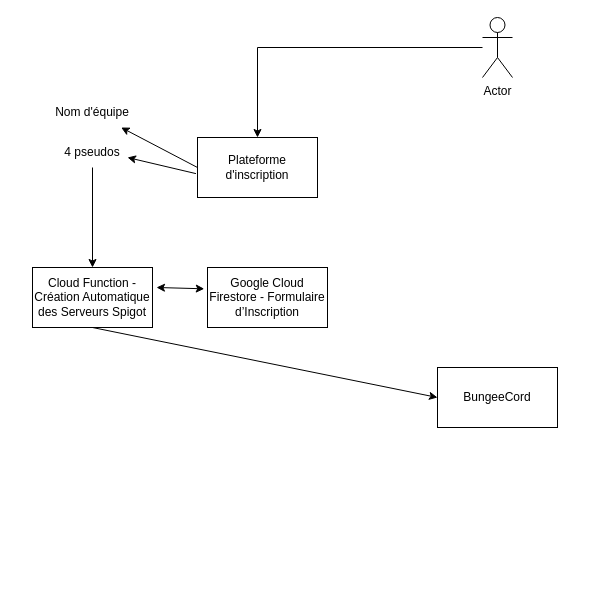
The draw.io diagram Infrastructure/Diagramme sans nom.drawio in sershoks/minecraft, before the edit. Source tidied: cells renumbered, new cells numbered last; positions are measured from the earlier drawing's top-left corner, leaving out a move shared by most shapes. Both pictures are drawn from the tidied source at 100%, with x=0, y=0 at pixel (17, 17).
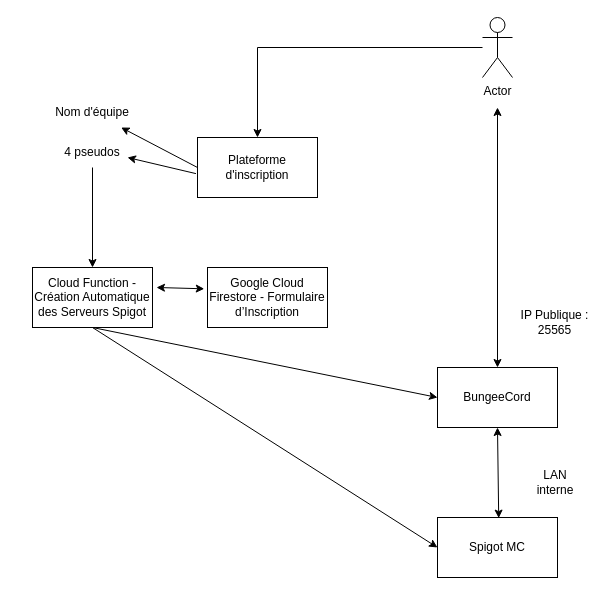
After the change.

Commit message (it also covers changes not shown here):
Mettre à jour Diagramme sans nom.drawio

The change refers to these unchanged cells:
```xml
<mxCell id="9" value="Cloud Function - Création Automatique des Serveurs Spigot" style="rounded=0;whiteSpace=wrap;html=1;" parent="1" vertex="1">
  <mxGeometry x="15" y="250" width="120" height="60" as="geometry" />
</mxCell>
<mxCell id="13" value="&lt;div&gt;BungeeCord&lt;/div&gt;" style="rounded=0;whiteSpace=wrap;html=1;" parent="1" vertex="1">
  <mxGeometry x="420" y="350" width="120" height="60" as="geometry" />
</mxCell>
```

Change to the diagram source:
```diff
@@
+    <mxCell id="15" style="endArrow=classic;startArrow=classic;html=1;rounded=0;exitX=0.5;exitY=0;exitDx=0;exitDy=0;" parent="1" edge="1" source="13">
+      <mxGeometry relative="1" as="geometry">
+        <mxPoint x="480" y="90" as="targetPoint" />
+      </mxGeometry>
+    </mxCell>
+    <mxCell id="16" value="IP Publique : 25565" style="text;html=1;align=center;verticalAlign=middle;whiteSpace=wrap;rounded=0;" parent="1" vertex="1">
+      <mxGeometry x="495" y="280" width="85" height="50" as="geometry" />
+    </mxCell>
+    <mxCell id="17" value="Spigot MC" style="rounded=0;whiteSpace=wrap;html=1;" parent="1" vertex="1">
+      <mxGeometry x="420" y="500" width="120" height="60" as="geometry" />
+    </mxCell>
+    <mxCell id="18" style="endArrow=classic;html=1;rounded=0;exitX=0.5;exitY=1;exitDx=0;exitDy=0;entryX=0;entryY=0.5;entryDx=0;entryDy=0;" parent="1" edge="1" source="9" target="17">
+      <mxGeometry relative="1" as="geometry" />
+    </mxCell>
+    <mxCell id="19" style="endArrow=classic;startArrow=classic;html=1;rounded=0;entryX=0.5;entryY=1;entryDx=0;entryDy=0;exitX=0.602;exitY=-0.007;exitDx=0;exitDy=0;exitPerimeter=0;" parent="1" edge="1" target="13">
+      <mxGeometry relative="1" as="geometry">
+        <mxPoint x="481.2" y="500.6" as="sourcePoint" />
+      </mxGeometry>
+    </mxCell>
+    <mxCell id="20" value="LAN interne" style="text;html=1;align=center;verticalAlign=middle;whiteSpace=wrap;rounded=0;" parent="1" vertex="1">
+      <mxGeometry x="507.5" y="450" width="60" height="30" as="geometry" />
+    </mxCell>
```
